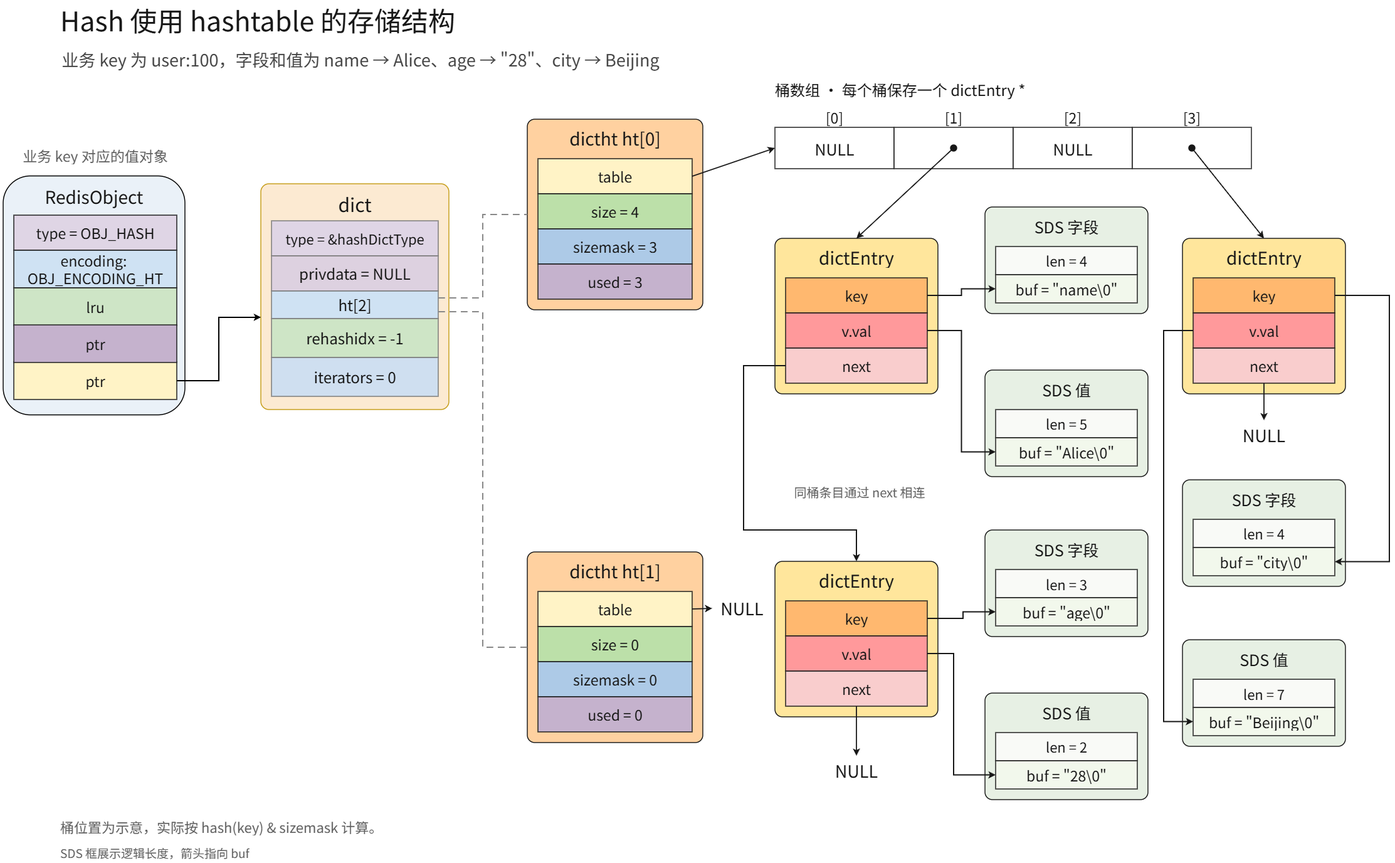
The draw.io diagram redis/Hash 使用 hashtable 时的存储结构.drawio.png in oHo404/imgrepo, before a commit. Source tidied: cells renumbered, new cells last; positions are measured from the earlier drawing's top-left corner, leaving out a move shared by most shapes.
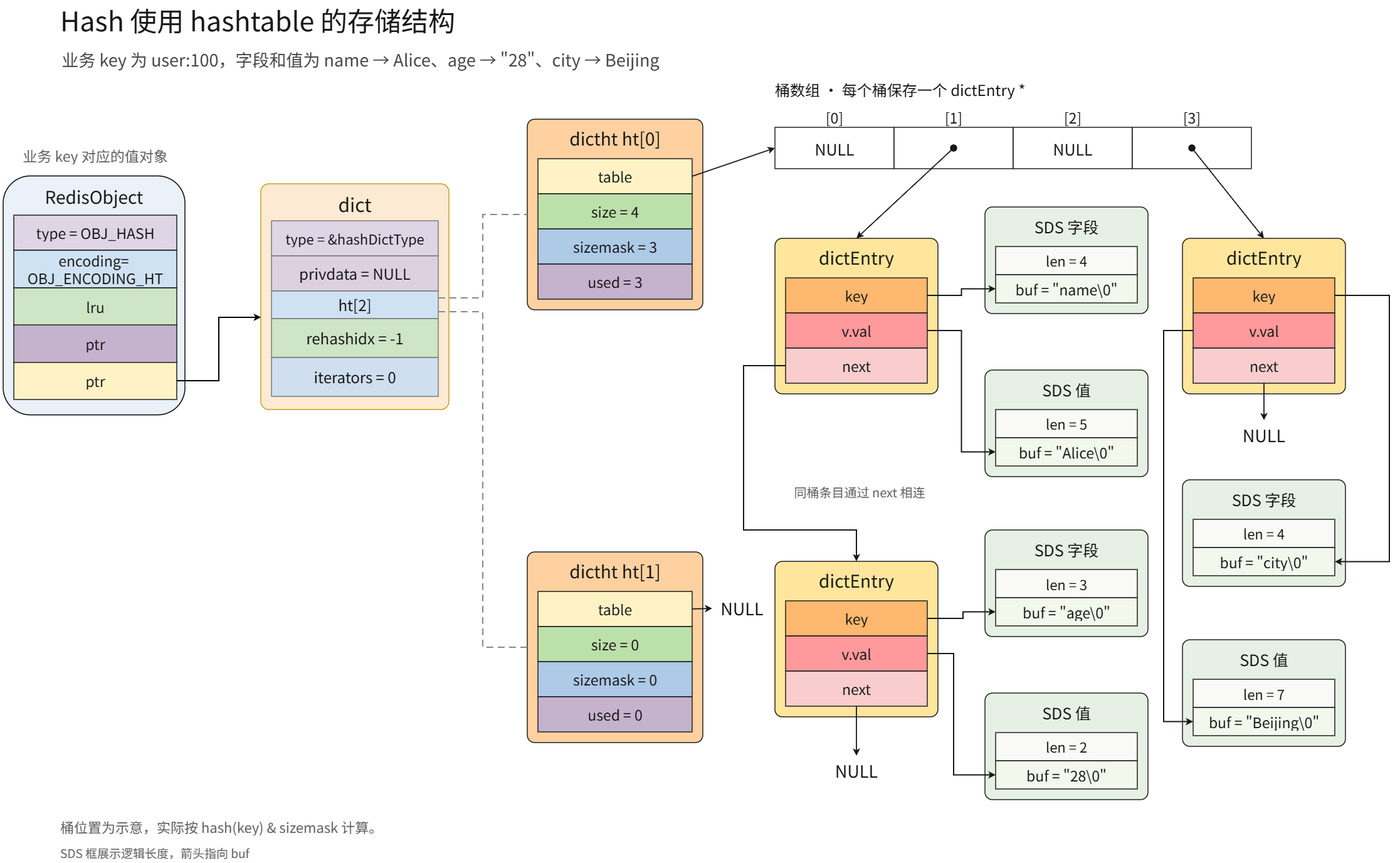
After the commit.

Commit message:
更新Hash 使用 hashtable 时的存储结构.drawio.png

What changed in the source:
```diff
@@ -355,7 +355,7 @@
     <mxCell id="110" value="type = OBJ_HASH" style="shape=rectangle;rounded=0;absoluteArcSize=1;arcSize=0;whiteSpace=wrap;html=0;align=center;verticalAlign=middle;fillColor=#DFD5E5;strokeColor=#171717;strokeWidth=1.5;fontColor=#171717;fontSize=23;fontFamily=WenQuanYi Micro Hei;fontStyle=0;spacing=0;overflow=hidden;" parent="108" vertex="1">
       <mxGeometry x="17" y="62.5" width="260" height="56" as="geometry" />
     </mxCell>
-    <mxCell id="111" value="encoding: &#10;OBJ_ENCODING_HT" style="shape=rectangle;rounded=0;absoluteArcSize=1;arcSize=0;whiteSpace=wrap;html=0;align=center;verticalAlign=middle;fillColor=#CFE2F3;strokeColor=#171717;strokeWidth=1.5;fontColor=#171717;fontSize=23;fontFamily=WenQuanYi Micro Hei;fontStyle=0;spacing=0;overflow=hidden;" parent="108" vertex="1">
+    <mxCell id="111" value="encoding= &#10;OBJ_ENCODING_HT" style="shape=rectangle;rounded=0;absoluteArcSize=1;arcSize=0;whiteSpace=wrap;html=0;align=center;verticalAlign=middle;fillColor=#CFE2F3;strokeColor=#171717;strokeWidth=1.5;fontColor=#171717;fontSize=23;fontFamily=WenQuanYi Micro Hei;fontStyle=0;spacing=0;overflow=hidden;" parent="108" vertex="1">
       <mxGeometry x="17" y="118.5" width="260" height="60" as="geometry" />
     </mxCell>
     <mxCell id="112" value="ptr" style="shape=rectangle;rounded=0;absoluteArcSize=1;arcSize=0;whiteSpace=wrap;html=0;align=center;verticalAlign=middle;fillColor=#FFF3C6;strokeColor=#171717;strokeWidth=1.5;fontColor=#171717;fontSize=23;fontFamily=WenQuanYi Micro Hei;fontStyle=0;spacing=0;overflow=hidden;" parent="108" vertex="1">
```
